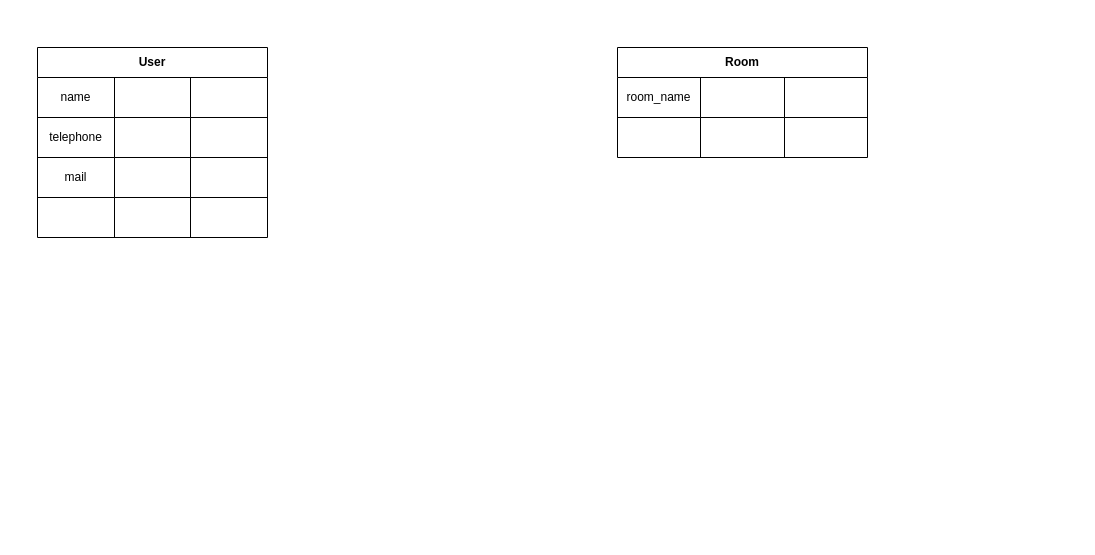
The draw.io diagram Freelance.drawio in kgw0422/freelances-app, before the edit. Source tidied: cells renumbered, new cells numbered last; positions are measured from the earlier drawing's top-left corner, leaving out a move shared by most shapes. Both pictures are drawn from the tidied source at 100%, with x=0, y=0 at pixel (37, 47).
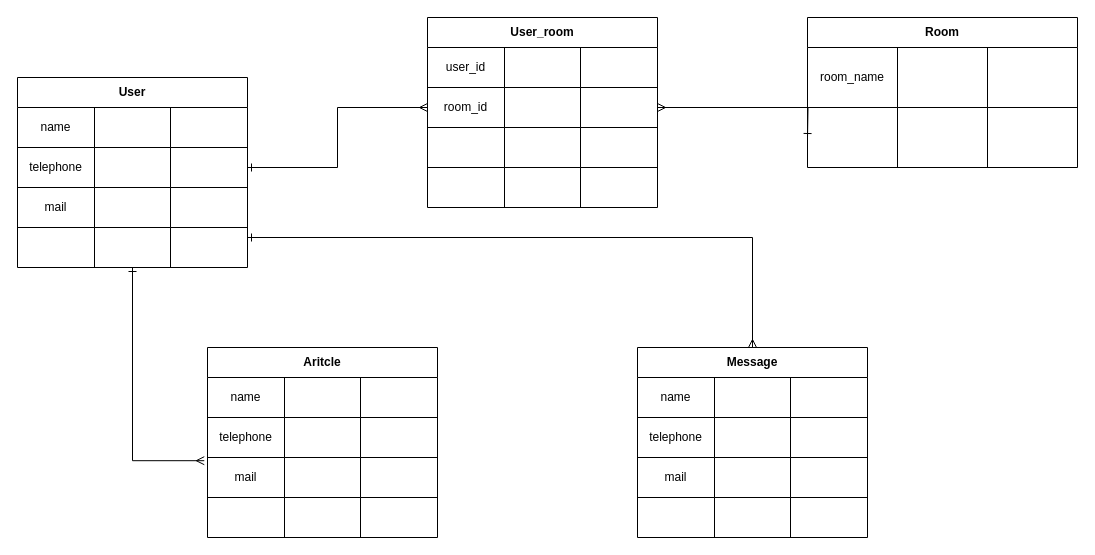
The same page after the edit.

Unchanged cells that the change refers to:
```xml
<mxCell id="7" style="shape=partialRectangle;html=1;whiteSpace=wrap;fillColor=none;top=0;left=0;bottom=0;right=0;points=[[0,0.5],[1,0.5]];portConstraint=eastwest;" parent="2" vertex="1">
  <mxGeometry y="70" width="230" height="40" as="geometry" />
</mxCell>
<mxCell id="15" style="shape=partialRectangle;html=1;whiteSpace=wrap;fillColor=none;top=0;left=0;bottom=0;right=0;points=[[0,0.5],[1,0.5]];portConstraint=eastwest;" parent="2" vertex="1">
  <mxGeometry y="150" width="230" height="40" as="geometry" />
</mxCell>
```

Change to the diagram source:
```diff
@@
+    <mxCell id="28" style="edgeStyle=orthogonalEdgeStyle;rounded=0;jettySize=auto;html=1;entryX=-0.014;entryY=0.08;entryDx=0;entryDy=0;entryPerimeter=0;startArrow=ERone;startFill=0;endArrow=ERmany;endFill=0;" parent="1" edge="1" source="2" target="55">
+      <mxGeometry relative="1" as="geometry" />
+    </mxCell>
     <mxCell id="2" value="User" style="shape=table;html=1;whiteSpace=wrap;startSize=30;childLayout=tableLayout;fontStyle=1;align=center;" parent="1" vertex="1">
-      <mxGeometry width="230" height="190" as="geometry" />
+      <mxGeometry x="-20" y="30" width="230" height="190" as="geometry" />
     </mxCell>
@@
     <mxCell id="19" value="Room" style="shape=table;html=1;whiteSpace=wrap;startSize=30;childLayout=tableLayout;fontStyle=1;align=center;" parent="1" vertex="1">
-      <mxGeometry x="580" width="250" height="110" as="geometry" />
+      <mxGeometry x="770" y="-30" width="270" height="150" as="geometry" />
     </mxCell>
     <mxCell id="20" style="shape=partialRectangle;html=1;whiteSpace=wrap;fillColor=none;top=0;left=0;bottom=0;right=0;" parent="19" vertex="1">
-      <mxGeometry y="30" width="250" height="40" as="geometry" />
+      <mxGeometry y="30" width="270" height="60" as="geometry" />
     </mxCell>
     <mxCell id="21" value="room_name" style="shape=partialRectangle;html=1;whiteSpace=wrap;fillColor=none;top=0;left=0;bottom=0;right=0;overflow=hidden;" parent="20" vertex="1">
-      <mxGeometry width="83" height="40" as="geometry" />
+      <mxGeometry width="90" height="60" as="geometry" />
     </mxCell>
     <mxCell id="22" style="shape=partialRectangle;html=1;whiteSpace=wrap;fillColor=none;top=0;left=0;bottom=0;right=0;overflow=hidden;" parent="20" vertex="1">
-      <mxGeometry x="83" width="84" height="40" as="geometry" />
+      <mxGeometry x="90" width="90" height="60" as="geometry" />
     </mxCell>
     <mxCell id="23" style="shape=partialRectangle;html=1;whiteSpace=wrap;fillColor=none;top=0;left=0;bottom=0;right=0;overflow=hidden;" parent="20" vertex="1">
-      <mxGeometry x="167" width="83" height="40" as="geometry" />
+      <mxGeometry x="180" width="90" height="60" as="geometry" />
     </mxCell>
     <mxCell id="24" style="shape=partialRectangle;html=1;whiteSpace=wrap;fillColor=none;top=0;left=0;bottom=0;right=0;" parent="19" vertex="1">
-      <mxGeometry y="70" width="250" height="40" as="geometry" />
+      <mxGeometry y="90" width="270" height="60" as="geometry" />
     </mxCell>
     <mxCell id="25" style="shape=partialRectangle;html=1;whiteSpace=wrap;fillColor=none;top=0;left=0;bottom=0;right=0;overflow=hidden;" parent="24" vertex="1">
-      <mxGeometry width="83" height="40" as="geometry" />
+      <mxGeometry width="90" height="60" as="geometry" />
     </mxCell>
     <mxCell id="26" style="shape=partialRectangle;html=1;whiteSpace=wrap;fillColor=none;top=0;left=0;bottom=0;right=0;overflow=hidden;" parent="24" vertex="1">
-      <mxGeometry x="83" width="84" height="40" as="geometry" />
+      <mxGeometry x="90" width="90" height="60" as="geometry" />
     </mxCell>
     <mxCell id="27" style="shape=partialRectangle;html=1;whiteSpace=wrap;fillColor=none;top=0;left=0;bottom=0;right=0;overflow=hidden;" parent="24" vertex="1">
-      <mxGeometry x="167" width="83" height="40" as="geometry" />
+      <mxGeometry x="180" width="90" height="60" as="geometry" />
     </mxCell>
+    <mxCell id="29" value="User_room" style="shape=table;html=1;whiteSpace=wrap;startSize=30;childLayout=tableLayout;fontStyle=1;align=center;" parent="1" vertex="1">
+      <mxGeometry x="390" y="-30" width="230" height="190" as="geometry" />
+    </mxCell>
+    <mxCell id="30" style="shape=partialRectangle;html=1;whiteSpace=wrap;fillColor=none;top=0;left=0;bottom=0;right=0;" parent="29" vertex="1">
+      <mxGeometry y="30" width="230" height="40" as="geometry" />
+    </mxCell>
+    <mxCell id="31" value="user_id" style="shape=partialRectangle;html=1;whiteSpace=wrap;fillColor=none;top=0;left=0;bottom=0;right=0;overflow=hidden;" parent="30" vertex="1">
+      <mxGeometry width="77" height="40" as="geometry" />
+    </mxCell>
+    <mxCell id="32" style="shape=partialRectangle;html=1;whiteSpace=wrap;fillColor=none;top=0;left=0;bottom=0;right=0;overflow=hidden;" parent="30" vertex="1">
+      <mxGeometry x="77" width="76" height="40" as="geometry" />
+    </mxCell>
+    <mxCell id="33" style="shape=partialRectangle;html=1;whiteSpace=wrap;fillColor=none;top=0;left=0;bottom=0;right=0;overflow=hidden;" parent="30" vertex="1">
+      <mxGeometry x="153" width="77" height="40" as="geometry" />
+    </mxCell>
+    <mxCell id="34" style="shape=partialRectangle;html=1;whiteSpace=wrap;fillColor=none;top=0;left=0;bottom=0;right=0;points=[[0,0.5],[1,0.5]];portConstraint=eastwest;" parent="29" vertex="1">
+      <mxGeometry y="70" width="230" height="40" as="geometry" />
+    </mxCell>
+    <mxCell id="35" value="room_id" style="shape=partialRectangle;html=1;whiteSpace=wrap;fillColor=none;top=0;left=0;bottom=0;right=0;overflow=hidden;" parent="34" vertex="1">
+      <mxGeometry width="77" height="40" as="geometry" />
+    </mxCell>
+    <mxCell id="36" style="shape=partialRectangle;html=1;whiteSpace=wrap;fillColor=none;top=0;left=0;bottom=0;right=0;overflow=hidden;" parent="34" vertex="1">
+      <mxGeometry x="77" width="76" height="40" as="geometry" />
+    </mxCell>
+    <mxCell id="37" style="shape=partialRectangle;html=1;whiteSpace=wrap;fillColor=none;top=0;left=0;bottom=0;right=0;overflow=hidden;" parent="34" vertex="1">
+      <mxGeometry x="153" width="77" height="40" as="geometry" />
+    </mxCell>
+    <mxCell id="38" style="shape=partialRectangle;html=1;whiteSpace=wrap;fillColor=none;top=0;left=0;bottom=0;right=0;" parent="29" vertex="1">
+      <mxGeometry y="110" width="230" height="40" as="geometry" />
+    </mxCell>
+    <mxCell id="39" style="shape=partialRectangle;html=1;whiteSpace=wrap;fillColor=none;top=0;left=0;bottom=0;right=0;overflow=hidden;" parent="38" vertex="1">
+      <mxGeometry width="77" height="40" as="geometry" />
+    </mxCell>
+    <mxCell id="40" style="shape=partialRectangle;html=1;whiteSpace=wrap;fillColor=none;top=0;left=0;bottom=0;right=0;overflow=hidden;" parent="38" vertex="1">
+      <mxGeometry x="77" width="76" height="40" as="geometry" />
+    </mxCell>
+    <mxCell id="41" style="shape=partialRectangle;html=1;whiteSpace=wrap;fillColor=none;top=0;left=0;bottom=0;right=0;overflow=hidden;" parent="38" vertex="1">
+      <mxGeometry x="153" width="77" height="40" as="geometry" />
+    </mxCell>
+    <mxCell id="42" style="shape=partialRectangle;html=1;whiteSpace=wrap;fillColor=none;top=0;left=0;bottom=0;right=0;" parent="29" vertex="1">
+      <mxGeometry y="150" width="230" height="40" as="geometry" />
+    </mxCell>
+    <mxCell id="43" style="shape=partialRectangle;html=1;whiteSpace=wrap;fillColor=none;top=0;left=0;bottom=0;right=0;overflow=hidden;" parent="42" vertex="1">
+      <mxGeometry width="77" height="40" as="geometry" />
+    </mxCell>
+    <mxCell id="44" style="shape=partialRectangle;html=1;whiteSpace=wrap;fillColor=none;top=0;left=0;bottom=0;right=0;overflow=hidden;" parent="42" vertex="1">
+      <mxGeometry x="77" width="76" height="40" as="geometry" />
+    </mxCell>
+    <mxCell id="45" style="shape=partialRectangle;html=1;whiteSpace=wrap;fillColor=none;top=0;left=0;bottom=0;right=0;overflow=hidden;" parent="42" vertex="1">
+      <mxGeometry x="153" width="77" height="40" as="geometry" />
+    </mxCell>
+    <mxCell id="46" value="Aritcle" style="shape=table;html=1;whiteSpace=wrap;startSize=30;childLayout=tableLayout;fontStyle=1;align=center;" parent="1" vertex="1">
+      <mxGeometry x="170" y="300" width="230" height="190" as="geometry" />
+    </mxCell>
+    <mxCell id="47" style="shape=partialRectangle;html=1;whiteSpace=wrap;fillColor=none;top=0;left=0;bottom=0;right=0;" parent="46" vertex="1">
+      <mxGeometry y="30" width="230" height="40" as="geometry" />
+    </mxCell>
+    <mxCell id="48" value="name" style="shape=partialRectangle;html=1;whiteSpace=wrap;fillColor=none;top=0;left=0;bottom=0;right=0;overflow=hidden;" parent="47" vertex="1">
+      <mxGeometry width="77" height="40" as="geometry" />
+    </mxCell>
+    <mxCell id="49" style="shape=partialRectangle;html=1;whiteSpace=wrap;fillColor=none;top=0;left=0;bottom=0;right=0;overflow=hidden;" parent="47" vertex="1">
+      <mxGeometry x="77" width="76" height="40" as="geometry" />
+    </mxCell>
+    <mxCell id="50" style="shape=partialRectangle;html=1;whiteSpace=wrap;fillColor=none;top=0;left=0;bottom=0;right=0;overflow=hidden;" parent="47" vertex="1">
+      <mxGeometry x="153" width="77" height="40" as="geometry" />
+    </mxCell>
+    <mxCell id="51" style="shape=partialRectangle;html=1;whiteSpace=wrap;fillColor=none;top=0;left=0;bottom=0;right=0;" parent="46" vertex="1">
+      <mxGeometry y="70" width="230" height="40" as="geometry" />
+    </mxCell>
+    <mxCell id="52" value="telephone" style="shape=partialRectangle;html=1;whiteSpace=wrap;fillColor=none;top=0;left=0;bottom=0;right=0;overflow=hidden;" parent="51" vertex="1">
+      <mxGeometry width="77" height="40" as="geometry" />
+    </mxCell>
+    <mxCell id="53" style="shape=partialRectangle;html=1;whiteSpace=wrap;fillColor=none;top=0;left=0;bottom=0;right=0;overflow=hidden;" parent="51" vertex="1">
+      <mxGeometry x="77" width="76" height="40" as="geometry" />
+    </mxCell>
+    <mxCell id="54" style="shape=partialRectangle;html=1;whiteSpace=wrap;fillColor=none;top=0;left=0;bottom=0;right=0;overflow=hidden;" parent="51" vertex="1">
+      <mxGeometry x="153" width="77" height="40" as="geometry" />
+    </mxCell>
+    <mxCell id="55" style="shape=partialRectangle;html=1;whiteSpace=wrap;fillColor=none;top=0;left=0;bottom=0;right=0;points=[[0,0.5],[1,0.5]];portConstraint=eastwest;" parent="46" vertex="1">
+      <mxGeometry y="110" width="230" height="40" as="geometry" />
+    </mxCell>
+    <mxCell id="56" value="mail" style="shape=partialRectangle;html=1;whiteSpace=wrap;fillColor=none;top=0;left=0;bottom=0;right=0;overflow=hidden;" parent="55" vertex="1">
+      <mxGeometry width="77" height="40" as="geometry" />
+    </mxCell>
+    <mxCell id="57" style="shape=partialRectangle;html=1;whiteSpace=wrap;fillColor=none;top=0;left=0;bottom=0;right=0;overflow=hidden;" parent="55" vertex="1">
+      <mxGeometry x="77" width="76" height="40" as="geometry" />
+    </mxCell>
+    <mxCell id="58" style="shape=partialRectangle;html=1;whiteSpace=wrap;fillColor=none;top=0;left=0;bottom=0;right=0;overflow=hidden;" parent="55" vertex="1">
+      <mxGeometry x="153" width="77" height="40" as="geometry" />
+    </mxCell>
+    <mxCell id="59" style="shape=partialRectangle;html=1;whiteSpace=wrap;fillColor=none;top=0;left=0;bottom=0;right=0;" parent="46" vertex="1">
+      <mxGeometry y="150" width="230" height="40" as="geometry" />
+    </mxCell>
+    <mxCell id="60" style="shape=partialRectangle;html=1;whiteSpace=wrap;fillColor=none;top=0;left=0;bottom=0;right=0;overflow=hidden;" parent="59" vertex="1">
+      <mxGeometry width="77" height="40" as="geometry" />
+    </mxCell>
+    <mxCell id="61" style="shape=partialRectangle;html=1;whiteSpace=wrap;fillColor=none;top=0;left=0;bottom=0;right=0;overflow=hidden;" parent="59" vertex="1">
+      <mxGeometry x="77" width="76" height="40" as="geometry" />
+    </mxCell>
+    <mxCell id="62" style="shape=partialRectangle;html=1;whiteSpace=wrap;fillColor=none;top=0;left=0;bottom=0;right=0;overflow=hidden;" parent="59" vertex="1">
+      <mxGeometry x="153" width="77" height="40" as="geometry" />
+    </mxCell>
+    <mxCell id="63" value="Message" style="shape=table;html=1;whiteSpace=wrap;startSize=30;childLayout=tableLayout;fontStyle=1;align=center;" parent="1" vertex="1">
+      <mxGeometry x="600" y="300" width="230" height="190" as="geometry" />
+    </mxCell>
+    <mxCell id="64" style="shape=partialRectangle;html=1;whiteSpace=wrap;fillColor=none;top=0;left=0;bottom=0;right=0;" parent="63" vertex="1">
+      <mxGeometry y="30" width="230" height="40" as="geometry" />
+    </mxCell>
+    <mxCell id="65" value="name" style="shape=partialRectangle;html=1;whiteSpace=wrap;fillColor=none;top=0;left=0;bottom=0;right=0;overflow=hidden;" parent="64" vertex="1">
+      <mxGeometry width="77" height="40" as="geometry" />
+    </mxCell>
+    <mxCell id="66" style="shape=partialRectangle;html=1;whiteSpace=wrap;fillColor=none;top=0;left=0;bottom=0;right=0;overflow=hidden;" parent="64" vertex="1">
+      <mxGeometry x="77" width="76" height="40" as="geometry" />
+    </mxCell>
+    <mxCell id="67" style="shape=partialRectangle;html=1;whiteSpace=wrap;fillColor=none;top=0;left=0;bottom=0;right=0;overflow=hidden;" parent="64" vertex="1">
+      <mxGeometry x="153" width="77" height="40" as="geometry" />
+    </mxCell>
+    <mxCell id="68" style="shape=partialRectangle;html=1;whiteSpace=wrap;fillColor=none;top=0;left=0;bottom=0;right=0;" parent="63" vertex="1">
+      <mxGeometry y="70" width="230" height="40" as="geometry" />
+    </mxCell>
+    <mxCell id="69" value="telephone" style="shape=partialRectangle;html=1;whiteSpace=wrap;fillColor=none;top=0;left=0;bottom=0;right=0;overflow=hidden;" parent="68" vertex="1">
+      <mxGeometry width="77" height="40" as="geometry" />
+    </mxCell>
+    <mxCell id="70" style="shape=partialRectangle;html=1;whiteSpace=wrap;fillColor=none;top=0;left=0;bottom=0;right=0;overflow=hidden;" parent="68" vertex="1">
+      <mxGeometry x="77" width="76" height="40" as="geometry" />
+    </mxCell>
+    <mxCell id="71" style="shape=partialRectangle;html=1;whiteSpace=wrap;fillColor=none;top=0;left=0;bottom=0;right=0;overflow=hidden;" parent="68" vertex="1">
+      <mxGeometry x="153" width="77" height="40" as="geometry" />
+    </mxCell>
+    <mxCell id="72" style="shape=partialRectangle;html=1;whiteSpace=wrap;fillColor=none;top=0;left=0;bottom=0;right=0;" parent="63" vertex="1">
+      <mxGeometry y="110" width="230" height="40" as="geometry" />
+    </mxCell>
+    <mxCell id="73" value="mail" style="shape=partialRectangle;html=1;whiteSpace=wrap;fillColor=none;top=0;left=0;bottom=0;right=0;overflow=hidden;" parent="72" vertex="1">
+      <mxGeometry width="77" height="40" as="geometry" />
+    </mxCell>
+    <mxCell id="74" style="shape=partialRectangle;html=1;whiteSpace=wrap;fillColor=none;top=0;left=0;bottom=0;right=0;overflow=hidden;" parent="72" vertex="1">
+      <mxGeometry x="77" width="76" height="40" as="geometry" />
+    </mxCell>
+    <mxCell id="75" style="shape=partialRectangle;html=1;whiteSpace=wrap;fillColor=none;top=0;left=0;bottom=0;right=0;overflow=hidden;" parent="72" vertex="1">
+      <mxGeometry x="153" width="77" height="40" as="geometry" />
+    </mxCell>
+    <mxCell id="76" style="shape=partialRectangle;html=1;whiteSpace=wrap;fillColor=none;top=0;left=0;bottom=0;right=0;" parent="63" vertex="1">
+      <mxGeometry y="150" width="230" height="40" as="geometry" />
+    </mxCell>
+    <mxCell id="77" style="shape=partialRectangle;html=1;whiteSpace=wrap;fillColor=none;top=0;left=0;bottom=0;right=0;overflow=hidden;" parent="76" vertex="1">
+      <mxGeometry width="77" height="40" as="geometry" />
+    </mxCell>
+    <mxCell id="78" style="shape=partialRectangle;html=1;whiteSpace=wrap;fillColor=none;top=0;left=0;bottom=0;right=0;overflow=hidden;" parent="76" vertex="1">
+      <mxGeometry x="77" width="76" height="40" as="geometry" />
+    </mxCell>
+    <mxCell id="79" style="shape=partialRectangle;html=1;whiteSpace=wrap;fillColor=none;top=0;left=0;bottom=0;right=0;overflow=hidden;" parent="76" vertex="1">
+      <mxGeometry x="153" width="77" height="40" as="geometry" />
+    </mxCell>
+    <mxCell id="80" style="edgeStyle=orthogonalEdgeStyle;rounded=0;jettySize=auto;html=1;entryX=1;entryY=0.5;entryDx=0;entryDy=0;startArrow=ERmany;startFill=0;endArrow=ERone;endFill=0;" parent="1" edge="1" source="34" target="7">
+      <mxGeometry relative="1" as="geometry" />
+    </mxCell>
+    <mxCell id="81" style="edgeStyle=orthogonalEdgeStyle;rounded=0;jettySize=auto;html=1;startArrow=ERmany;startFill=0;endArrow=ERone;endFill=0;" parent="1" edge="1" source="34">
+      <mxGeometry relative="1" as="geometry">
+        <mxPoint x="770" y="90" as="targetPoint" />
+      </mxGeometry>
+    </mxCell>
+    <mxCell id="82" style="edgeStyle=orthogonalEdgeStyle;rounded=0;jettySize=auto;html=1;startArrow=ERone;startFill=0;endArrow=ERmany;endFill=0;entryX=0.5;entryY=0;entryDx=0;entryDy=0;" parent="1" edge="1" source="15" target="63">
+      <mxGeometry relative="1" as="geometry">
+        <Array as="points">
+          <mxPoint x="715" y="190" />
+        </Array>
+      </mxGeometry>
+    </mxCell>
```
